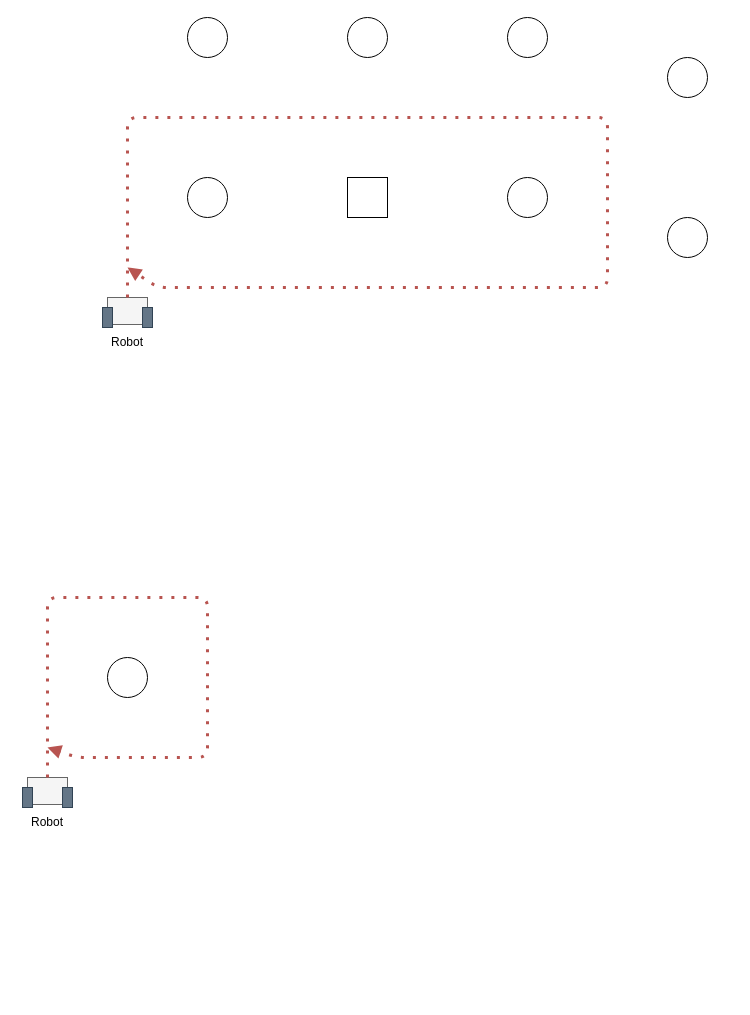
Before: (Year 3, my IP) SLAM research/Diagrams drawIO/Firstlol.drawio in NoLtour/Uni-notes, a draw.io diagram. Source tidied: cells renumbered, new cells numbered last; positions are measured from the earlier drawing's top-left corner, leaving out a move shared by most shapes. Both pictures are drawn from the tidied source at 100%, with x=0, y=0 at pixel (17, 17).
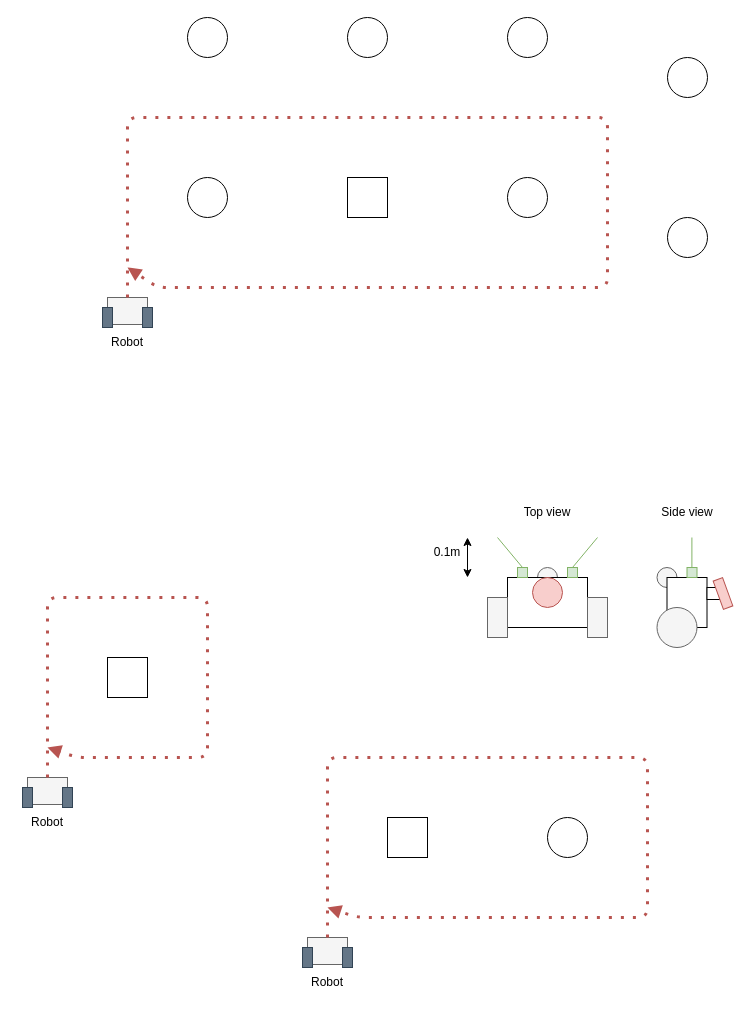
After the change.

The edit, as a diff of the source:
```diff
@@
+    <mxCell id="21" style="ellipse;whiteSpace=wrap;html=1;fillColor=#f5f5f5;fontColor=#333333;strokeColor=#666666;" parent="1" vertex="1">
+      <mxGeometry x="639.5" y="550" width="20" height="20" as="geometry" />
+    </mxCell>
+    <mxCell id="22" style="ellipse;whiteSpace=wrap;html=1;fillColor=#f5f5f5;fontColor=#333333;strokeColor=#666666;" parent="1" vertex="1">
+      <mxGeometry x="520" y="550" width="20" height="20" as="geometry" />
+    </mxCell>
@@
-    <mxCell id="19" style="ellipse;whiteSpace=wrap;html=1;" parent="1" vertex="1">
-      <mxGeometry x="90" y="640" width="40" height="40" as="geometry" />
-    </mxCell>
@@
+    <mxCell id="23" style="endArrow=classic;startArrow=classic;html=1;rounded=0;" parent="1" edge="1">
+      <mxGeometry relative="1" as="geometry">
+        <mxPoint x="450" y="560" as="sourcePoint" />
+        <mxPoint x="450" y="520" as="targetPoint" />
+      </mxGeometry>
+    </mxCell>
+    <mxCell id="24" value="0.1m" style="text;html=1;strokeColor=none;fillColor=none;align=center;verticalAlign=middle;whiteSpace=wrap;rounded=0;" parent="1" vertex="1">
+      <mxGeometry x="400" y="520" width="60" height="30" as="geometry" />
+    </mxCell>
+    <mxCell id="25" value="Top view" style="text;html=1;strokeColor=none;fillColor=none;align=center;verticalAlign=middle;whiteSpace=wrap;rounded=0;" parent="1" vertex="1">
+      <mxGeometry x="500" y="480" width="60" height="30" as="geometry" />
+    </mxCell>
+    <mxCell id="26" style="rounded=0;whiteSpace=wrap;html=1;" parent="1" vertex="1">
+      <mxGeometry x="490" y="560" width="80" height="50" as="geometry" />
+    </mxCell>
+    <mxCell id="27" style="rounded=0;whiteSpace=wrap;html=1;fillColor=#f5f5f5;strokeColor=#666666;fontColor=#333333;" parent="1" vertex="1">
+      <mxGeometry x="470" y="580" width="20" height="40" as="geometry" />
+    </mxCell>
+    <mxCell id="28" style="rounded=0;whiteSpace=wrap;html=1;fillColor=#f5f5f5;strokeColor=#666666;fontColor=#333333;" parent="1" vertex="1">
+      <mxGeometry x="570" y="580" width="20" height="40" as="geometry" />
+    </mxCell>
+    <mxCell id="29" style="ellipse;whiteSpace=wrap;html=1;fillColor=#f8cecc;strokeColor=#b85450;" parent="1" vertex="1">
+      <mxGeometry x="515" y="560" width="30" height="30" as="geometry" />
+    </mxCell>
+    <mxCell id="30" style="rounded=0;whiteSpace=wrap;html=1;fillColor=#d5e8d4;strokeColor=#82b366;" parent="1" vertex="1">
+      <mxGeometry x="500" y="550" width="10" height="10" as="geometry" />
+    </mxCell>
+    <mxCell id="31" style="rounded=0;whiteSpace=wrap;html=1;fillColor=#d5e8d4;strokeColor=#82b366;" parent="1" vertex="1">
+      <mxGeometry x="550" y="550" width="10" height="10" as="geometry" />
+    </mxCell>
+    <mxCell id="32" style="endArrow=none;html=1;rounded=0;fillColor=#d5e8d4;strokeColor=#82b366;" parent="1" edge="1">
+      <mxGeometry relative="1" as="geometry">
+        <mxPoint x="555" y="550" as="sourcePoint" />
+        <mxPoint x="580" y="520" as="targetPoint" />
+      </mxGeometry>
+    </mxCell>
+    <mxCell id="33" style="endArrow=none;html=1;rounded=0;fillColor=#d5e8d4;strokeColor=#82b366;" parent="1" edge="1">
+      <mxGeometry relative="1" as="geometry">
+        <mxPoint x="505" y="550" as="sourcePoint" />
+        <mxPoint x="480" y="520" as="targetPoint" />
+      </mxGeometry>
+    </mxCell>
+    <mxCell id="34" value="Side view" style="text;html=1;strokeColor=none;fillColor=none;align=center;verticalAlign=middle;whiteSpace=wrap;rounded=0;" parent="1" vertex="1">
+      <mxGeometry x="639.5" y="480" width="60" height="30" as="geometry" />
+    </mxCell>
+    <mxCell id="35" style="rounded=0;whiteSpace=wrap;html=1;" parent="1" vertex="1">
+      <mxGeometry x="649.5" y="560" width="40" height="50" as="geometry" />
+    </mxCell>
+    <mxCell id="36" style="rounded=0;whiteSpace=wrap;html=1;" parent="1" vertex="1">
+      <mxGeometry x="689.5" y="570" width="13" height="12" as="geometry" />
+    </mxCell>
+    <mxCell id="37" style="rounded=0;whiteSpace=wrap;html=1;fillColor=#f8cecc;strokeColor=#b85450;rotation=-20;" parent="1" vertex="1">
+      <mxGeometry x="700.5" y="561" width="10" height="30" as="geometry" />
+    </mxCell>
+    <mxCell id="38" style="rounded=0;whiteSpace=wrap;html=1;fillColor=#d5e8d4;strokeColor=#82b366;" parent="1" vertex="1">
+      <mxGeometry x="669.5" y="550" width="10" height="10" as="geometry" />
+    </mxCell>
+    <mxCell id="39" style="endArrow=none;html=1;rounded=0;fillColor=#d5e8d4;strokeColor=#82b366;" parent="1" edge="1">
+      <mxGeometry relative="1" as="geometry">
+        <mxPoint x="674.4" y="550" as="sourcePoint" />
+        <mxPoint x="674.4" y="520" as="targetPoint" />
+      </mxGeometry>
+    </mxCell>
+    <mxCell id="40" style="ellipse;whiteSpace=wrap;html=1;fillColor=#f5f5f5;fontColor=#333333;strokeColor=#666666;" parent="1" vertex="1">
+      <mxGeometry x="639.5" y="590" width="40" height="40" as="geometry" />
+    </mxCell>
+    <mxCell id="41" style="whiteSpace=wrap;html=1;" parent="1" vertex="1">
+      <mxGeometry x="90" y="640" width="40" height="40" as="geometry" />
+    </mxCell>
+    <mxCell id="42" style="rounded=0;whiteSpace=wrap;html=1;fillColor=#f5f5f5;fontColor=#333333;strokeColor=#666666;" parent="1" vertex="1">
+      <mxGeometry x="290" y="920" width="40" height="27" as="geometry" />
+    </mxCell>
+    <mxCell id="43" style="rounded=0;whiteSpace=wrap;html=1;fillColor=#647687;fontColor=#ffffff;strokeColor=#314354;" parent="1" vertex="1">
+      <mxGeometry x="325" y="930" width="10" height="20" as="geometry" />
+    </mxCell>
+    <mxCell id="44" style="rounded=0;whiteSpace=wrap;html=1;fillColor=#647687;fontColor=#ffffff;strokeColor=#314354;" parent="1" vertex="1">
+      <mxGeometry x="285" y="930" width="10" height="20" as="geometry" />
+    </mxCell>
+    <mxCell id="45" value="Robot" style="text;html=1;strokeColor=none;fillColor=none;align=center;verticalAlign=middle;whiteSpace=wrap;rounded=0;" parent="1" vertex="1">
+      <mxGeometry x="280" y="950" width="60" height="30" as="geometry" />
+    </mxCell>
+    <mxCell id="46" style="endArrow=block;dashed=1;html=1;dashPattern=1 3;strokeWidth=3;fillColor=#f8cecc;strokeColor=#b85450;rounded=1;endFill=1;" parent="1" edge="1">
+      <mxGeometry relative="1" as="geometry">
+        <mxPoint x="310" y="920" as="sourcePoint" />
+        <mxPoint x="310" y="890" as="targetPoint" />
+        <Array as="points">
+          <mxPoint x="310" y="740" />
+          <mxPoint x="630" y="740" />
+          <mxPoint x="630" y="830" />
+          <mxPoint x="630" y="900" />
+          <mxPoint x="410" y="900" />
+          <mxPoint x="340" y="900" />
+        </Array>
+      </mxGeometry>
+    </mxCell>
+    <mxCell id="47" style="whiteSpace=wrap;html=1;" parent="1" vertex="1">
+      <mxGeometry x="370" y="800" width="40" height="40" as="geometry" />
+    </mxCell>
+    <mxCell id="48" style="ellipse;whiteSpace=wrap;html=1;" parent="1" vertex="1">
+      <mxGeometry x="530" y="800" width="40" height="40" as="geometry" />
+    </mxCell>
```
